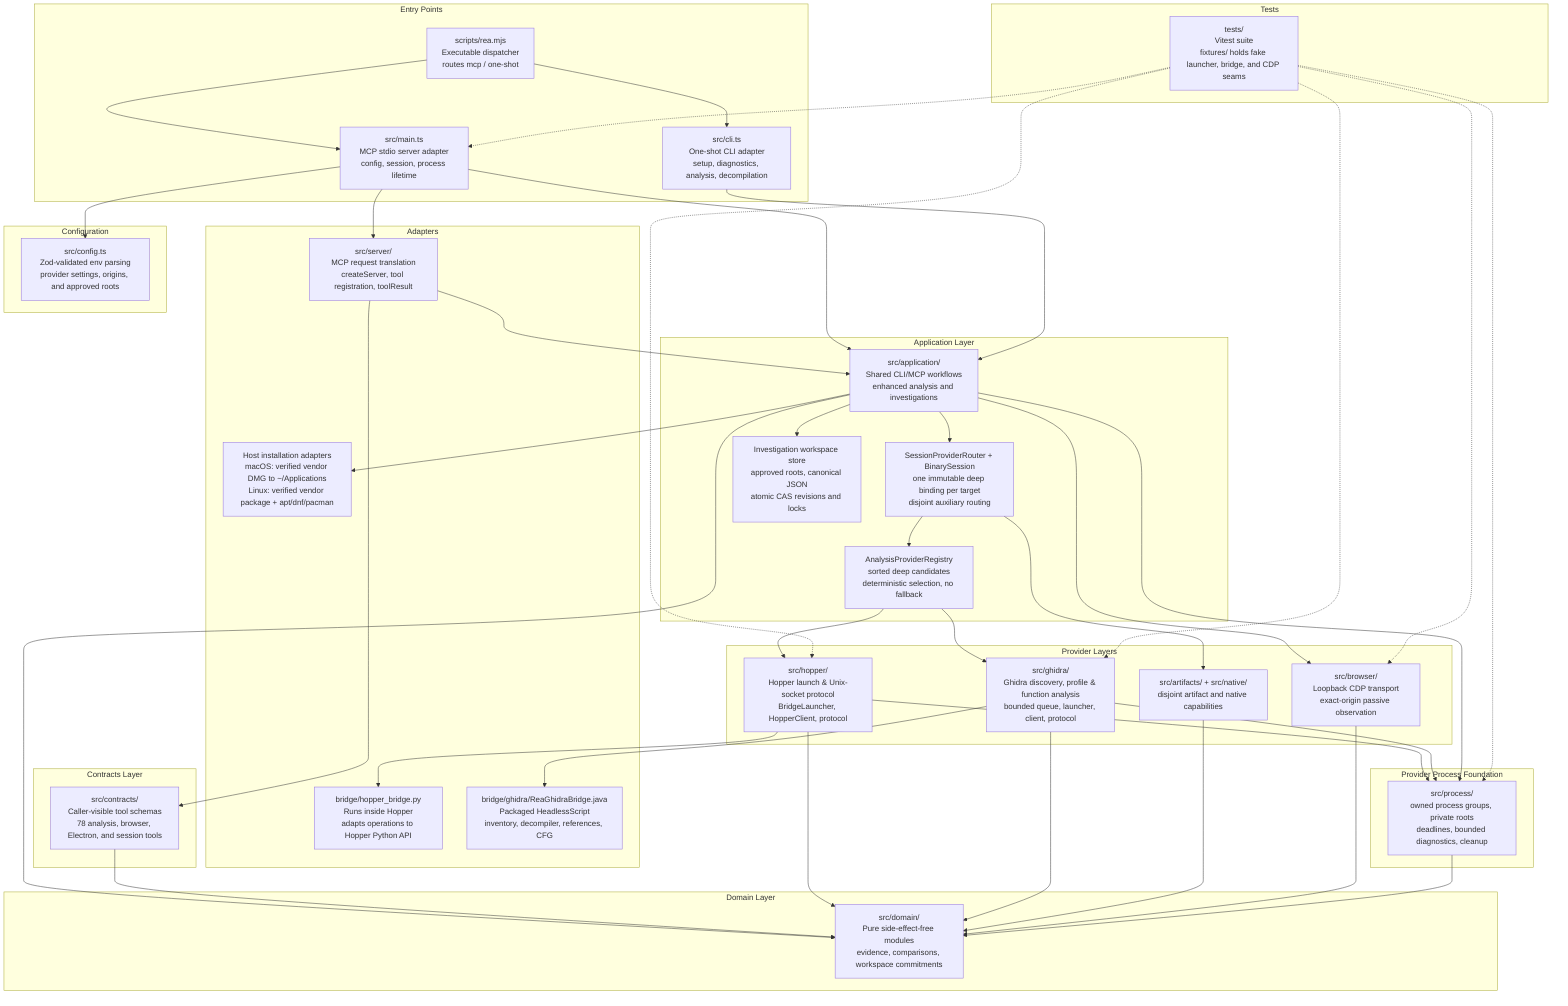
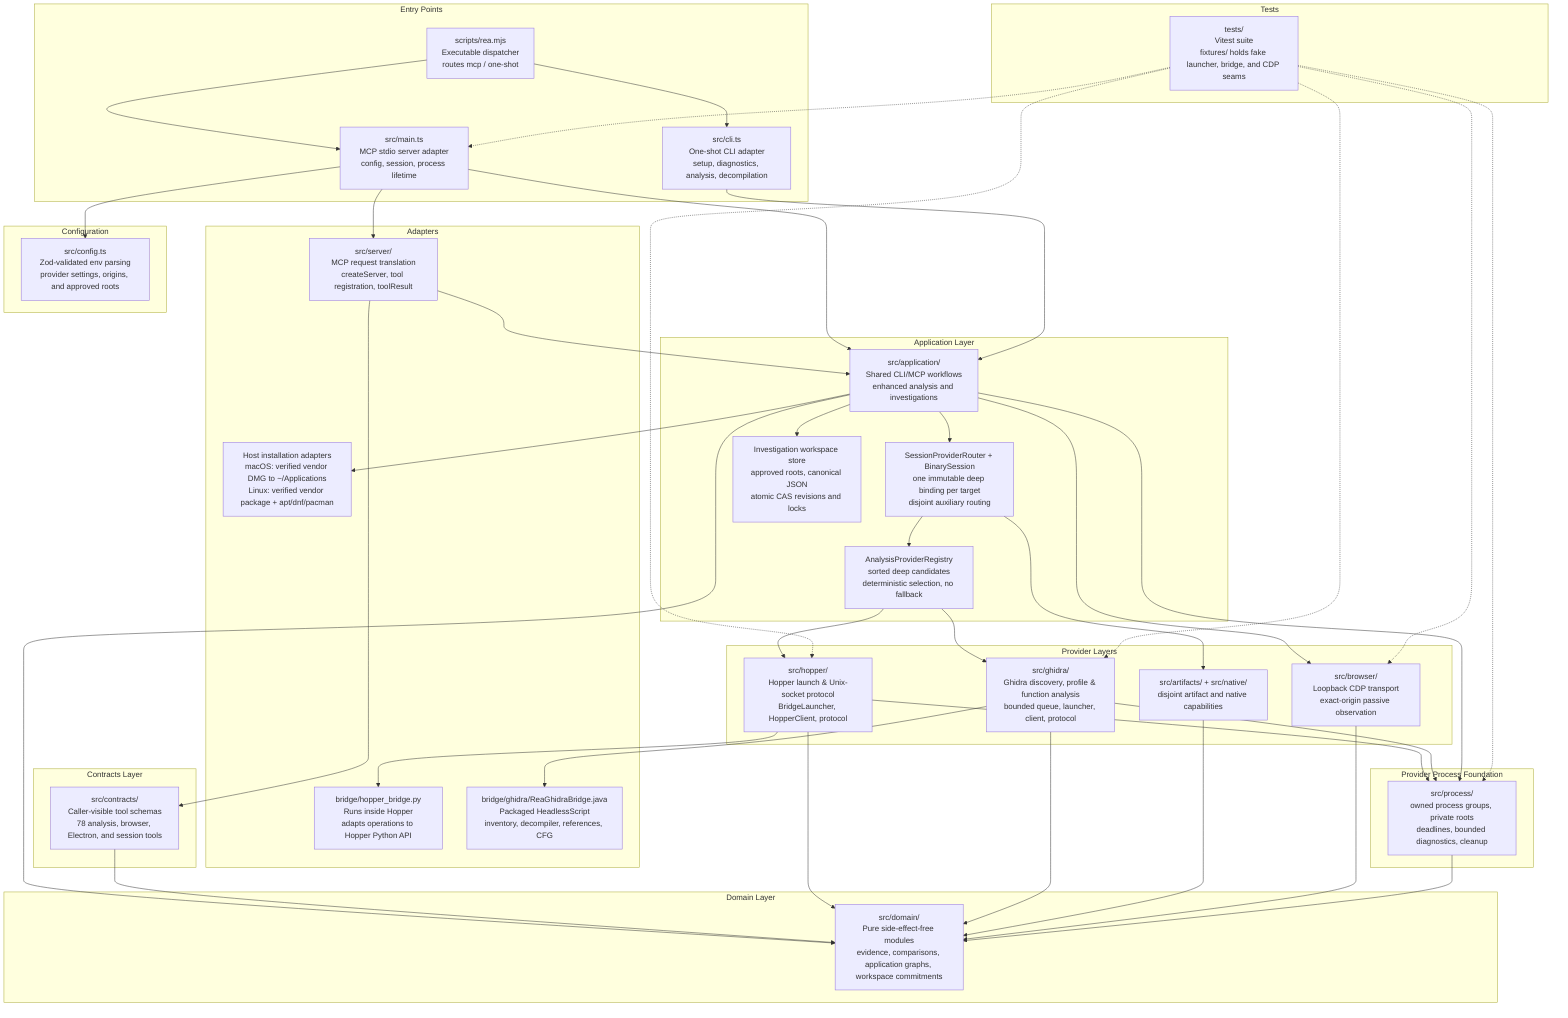
graph TD
    subgraph "Entry Points"
        CLI["src/cli.ts<br/>One-shot CLI adapter<br/>setup, diagnostics, analysis, decompilation"]
        MAIN["src/main.ts<br/>MCP stdio server adapter<br/>config, session, process lifetime"]
        DISPATCH["scripts/rea.mjs<br/>Executable dispatcher<br/>routes mcp / one-shot"]
    end

    subgraph "Adapters"
        SERVER["src/server/<br/>MCP request translation<br/>createServer, tool registration, toolResult"]
        HOPPER_BRIDGE["bridge/hopper_bridge.py<br/>Runs inside Hopper<br/>adapts operations to Hopper Python API"]
        GHIDRA_BRIDGE["bridge/ghidra/ReaGhidraBridge.java<br/>Packaged HeadlessScript<br/>inventory, decompiler, references, CFG"]
        INSTALL["Host installation adapters<br/>macOS: verified vendor DMG to ~/Applications<br/>Linux: verified vendor package + apt/dnf/pacman"]
    end

    subgraph "Application Layer"
        APP["src/application/<br/>Shared CLI/MCP workflows<br/>enhanced analysis and investigations"]
        SESSION["SessionProviderRouter + BinarySession<br/>one immutable deep binding per target<br/>disjoint auxiliary routing"]
        REGISTRY["AnalysisProviderRegistry<br/>sorted deep candidates<br/>deterministic selection, no fallback"]
        WORKSPACE["Investigation workspace store<br/>approved roots, canonical JSON<br/>atomic CAS revisions and locks"]
    end

    subgraph "Provider Layers"
        HOPPER["src/hopper/<br/>Hopper launch & Unix-socket protocol<br/>BridgeLauncher, HopperClient, protocol"]
        GHIDRA["src/ghidra/<br/>Ghidra discovery, profile & function analysis<br/>bounded queue, launcher, client, protocol"]
        AUX["src/artifacts/ + src/native/<br/>disjoint artifact and native capabilities"]
        BROWSER["src/browser/<br/>Loopback CDP transport<br/>exact-origin passive observation"]
    end

    subgraph "Provider Process Foundation"
        PROCESS["src/process/<br/>owned process groups, private roots<br/>deadlines, bounded diagnostics, cleanup"]
    end

    subgraph "Contracts Layer"
        CONTRACTS["src/contracts/<br/>Caller-visible tool schemas<br/>78 analysis, browser, Electron, and session tools"]
    end

    subgraph "Domain Layer"
-         DOMAIN["src/domain/<br/>Pure side-effect-free modules<br/>evidence, comparisons, workspace commitments"]
+         DOMAIN["src/domain/<br/>Pure side-effect-free modules<br/>evidence, comparisons, application graphs, workspace commitments"]
    end

    subgraph "Configuration"
        CONFIG["src/config.ts<br/>Zod-validated env parsing<br/>provider settings, origins, and approved roots"]
    end

    subgraph "Tests"
        TESTS["tests/<br/>Vitest suite<br/>fixtures/ holds fake launcher, bridge, and CDP seams"]
    end

    DISPATCH --> CLI
    DISPATCH --> MAIN
    MAIN --> CONFIG
    MAIN --> SERVER
    MAIN --> APP
    CLI --> APP
    APP --> SESSION
    SESSION --> REGISTRY
    REGISTRY --> HOPPER
    REGISTRY --> GHIDRA
    SESSION --> AUX
    APP --> WORKSPACE
    APP --> INSTALL
    SERVER --> CONTRACTS
    SERVER --> APP
    APP --> BROWSER
    HOPPER --> HOPPER_BRIDGE
    GHIDRA --> GHIDRA_BRIDGE
    HOPPER --> PROCESS
    GHIDRA --> PROCESS
    APP --> PROCESS
    APP --> DOMAIN
    CONTRACTS --> DOMAIN
    HOPPER --> DOMAIN
    GHIDRA --> DOMAIN
    AUX --> DOMAIN
    BROWSER --> DOMAIN
    PROCESS --> DOMAIN
    TESTS -.-> MAIN
    TESTS -.-> HOPPER
    TESTS -.-> GHIDRA
    TESTS -.-> PROCESS
    TESTS -.-> BROWSER
